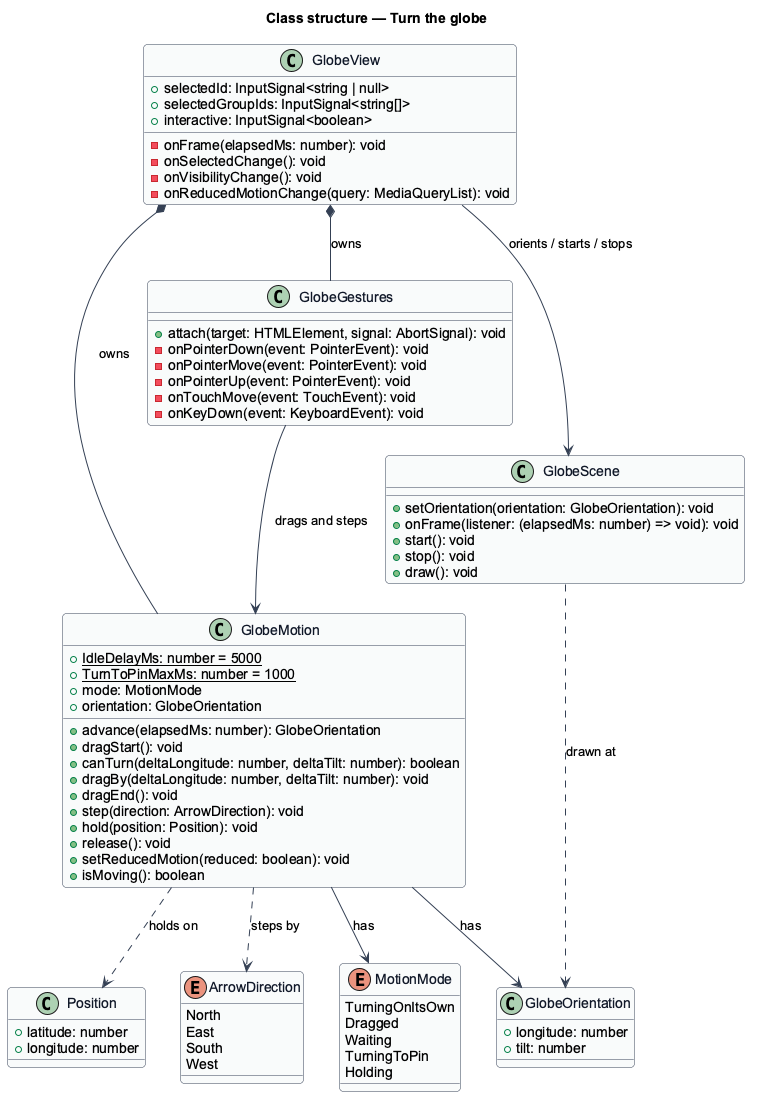
Earlier version of the PlantUML export docs/detailed-designs/globe/turn-globe/diagrams/class-structure.png (QuinntyneBrown/Mondino). Its diagram source:
```plantuml
@startuml
skinparam backgroundColor #FFFFFF
skinparam shadowing false
skinparam roundcorner 8
skinparam defaultFontName Arial
skinparam ArrowColor #344054
skinparam class {
  BorderColor #344054
  FontColor #101828
  BackgroundColor #F9FAFB
}
title Class structure — Turn the globe

enum MotionMode {
  TurningOnItsOwn
  Dragged
  Waiting
  TurningToPin
  Holding
}

enum ArrowDirection {
  North
  East
  South
  West
}

class GlobeOrientation {
  +longitude: number
  +tilt: number
}

class GlobeMotion {
  {static} +IdleDelayMs: number = 5000
  {static} +TurnToPinMaxMs: number = 1000
  +mode: MotionMode
  +orientation: GlobeOrientation
  +advance(elapsedMs: number): GlobeOrientation
  +dragStart(): void
  +canTurn(deltaLongitude: number, deltaTilt: number): boolean
  +dragBy(deltaLongitude: number, deltaTilt: number): void
  +dragEnd(): void
  +step(direction: ArrowDirection): void
  +hold(position: Position): void
  +release(): void
  +setReducedMotion(reduced: boolean): void
  +isMoving(): boolean
}

class GlobeGestures {
  +attach(target: HTMLElement, signal: AbortSignal): void
  -onPointerDown(event: PointerEvent): void
  -onPointerMove(event: PointerEvent): void
  -onPointerUp(event: PointerEvent): void
  -onTouchMove(event: TouchEvent): void
  -onKeyDown(event: KeyboardEvent): void
}

class GlobeView {
  +selectedId: InputSignal<string | null>
  +selectedGroupIds: InputSignal<string[]>
  +interactive: InputSignal<boolean>
  -onFrame(elapsedMs: number): void
  -onSelectedChange(): void
  -onVisibilityChange(): void
  -onReducedMotionChange(query: MediaQueryList): void
}

class GlobeScene {
  +setOrientation(orientation: GlobeOrientation): void
  +onFrame(listener: (elapsedMs: number) => void): void
  +start(): void
  +stop(): void
  +draw(): void
}

class Position {
  +latitude: number
  +longitude: number
}

GlobeView *-- GlobeMotion : owns
GlobeView *-- GlobeGestures : owns
GlobeView --> GlobeScene : orients / starts / stops
GlobeGestures --> GlobeMotion : drags and steps
GlobeMotion --> MotionMode : has
GlobeMotion --> GlobeOrientation : has
GlobeMotion ..> ArrowDirection : steps by
GlobeMotion ..> Position : holds on
GlobeScene ..> GlobeOrientation : drawn at
@enduml
```
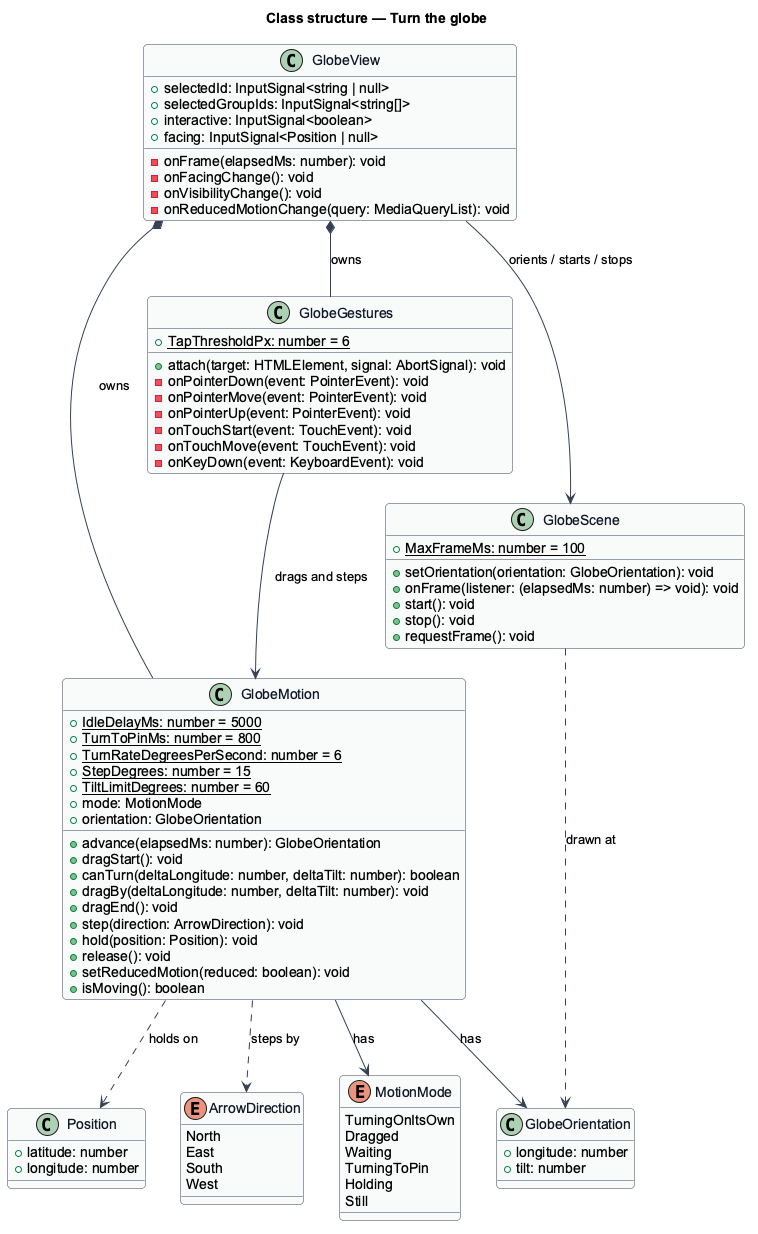
The same file after the commit.

Diff of the diagram source:
```diff
@@ -17,6 +17,7 @@
   Waiting
   TurningToPin
   Holding
+  Still
 }
 
 enum ArrowDirection {
@@ -33,7 +34,10 @@
 
 class GlobeMotion {
   {static} +IdleDelayMs: number = 5000
-  {static} +TurnToPinMaxMs: number = 1000
+  {static} +TurnToPinMs: number = 800
+  {static} +TurnRateDegreesPerSecond: number = 6
+  {static} +StepDegrees: number = 15
+  {static} +TiltLimitDegrees: number = 60
   +mode: MotionMode
   +orientation: GlobeOrientation
   +advance(elapsedMs: number): GlobeOrientation
@@ -49,10 +53,12 @@
 }
 
 class GlobeGestures {
+  {static} +TapThresholdPx: number = 6
   +attach(target: HTMLElement, signal: AbortSignal): void
   -onPointerDown(event: PointerEvent): void
   -onPointerMove(event: PointerEvent): void
   -onPointerUp(event: PointerEvent): void
+  -onTouchStart(event: TouchEvent): void
   -onTouchMove(event: TouchEvent): void
   -onKeyDown(event: KeyboardEvent): void
 }
@@ -61,18 +67,20 @@
   +selectedId: InputSignal<string | null>
   +selectedGroupIds: InputSignal<string[]>
   +interactive: InputSignal<boolean>
+  +facing: InputSignal<Position | null>
   -onFrame(elapsedMs: number): void
-  -onSelectedChange(): void
+  -onFacingChange(): void
   -onVisibilityChange(): void
   -onReducedMotionChange(query: MediaQueryList): void
 }
 
 class GlobeScene {
+  {static} +MaxFrameMs: number = 100
   +setOrientation(orientation: GlobeOrientation): void
   +onFrame(listener: (elapsedMs: number) => void): void
   +start(): void
   +stop(): void
-  +draw(): void
+  +requestFrame(): void
 }
 
 class Position {
```
